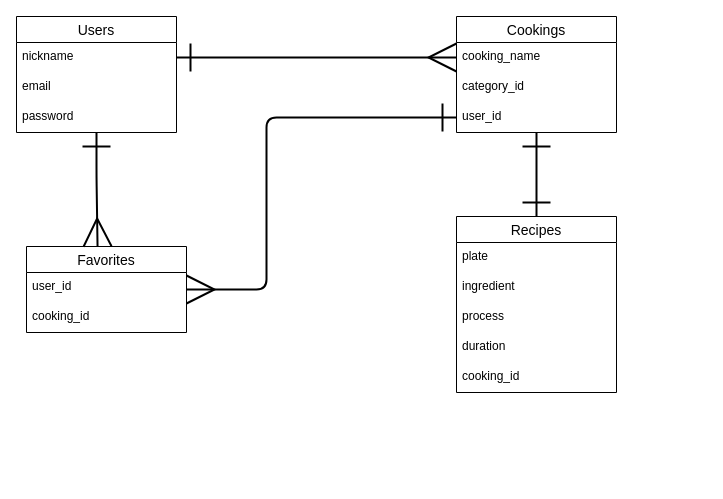
Before: choose.dio in malvart/choose, a draw.io diagram. Source tidied: cells renumbered, new cells numbered last; positions are measured from the earlier drawing's top-left corner, leaving out a move shared by most shapes. Both pictures are drawn from the tidied source at 100%, with x=0, y=0 at pixel (16, 16).
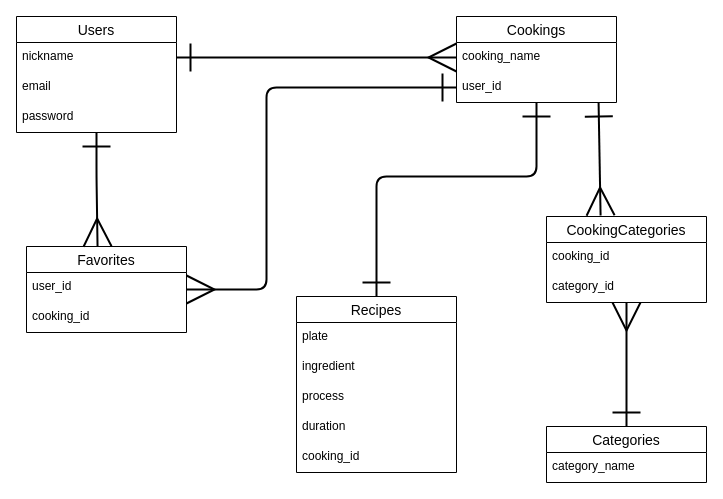
The same page after the edit.

Unchanged cells that the change refers to:
```xml
<mxCell id="11" value="Favorites" style="swimlane;fontStyle=0;horizontal=1;startSize=26;align=center;fontSize=14;" parent="1" vertex="1">
  <mxGeometry x="10" y="230" width="160" height="86" as="geometry" />
</mxCell>
```

What changed in the source:
```diff
@@
     <mxCell id="6" value="Cookings" style="swimlane;fontStyle=0;horizontal=1;startSize=26;align=center;fontSize=14;" parent="1" vertex="1">
-      <mxGeometry x="440" width="160" height="116" as="geometry" />
+      <mxGeometry x="440" width="160" height="86" as="geometry" />
     </mxCell>
@@
-    <mxCell id="8" value="category_id" style="text;strokeColor=none;fillColor=none;spacingLeft=4;spacingRight=4;overflow=hidden;points=[[0,0.5],[1,0.5]];portConstraint=eastwest;fontSize=12;" parent="6" vertex="1">
-      <mxGeometry y="56" width="160" height="30" as="geometry" />
-    </mxCell>
     <mxCell id="9" value="user_id" style="text;strokeColor=none;fillColor=none;spacingLeft=4;spacingRight=4;overflow=hidden;points=[[0,0.5],[1,0.5]];portConstraint=eastwest;fontSize=12;" parent="6" vertex="1">
-      <mxGeometry y="86" width="160" height="30" as="geometry" />
+      <mxGeometry y="56" width="160" height="30" as="geometry" />
     </mxCell>
@@
     <mxCell id="15" style="edgeStyle=none;html=1;startArrow=ERone;startFill=0;endArrow=ERmany;endFill=0;startSize=25;endSize=25;strokeWidth=2;exitX=0;exitY=0.5;exitDx=0;exitDy=0;" parent="1" edge="1" source="9" target="11">
       <mxGeometry relative="1" as="geometry">
         <Array as="points">
+          <mxPoint x="250" y="71" />
           <mxPoint x="250" y="101" />
           <mxPoint x="250" y="273" />
         </Array>
       </mxGeometry>
     </mxCell>
     <mxCell id="16" style="edgeStyle=none;html=1;exitX=0.5;exitY=0;exitDx=0;exitDy=0;endArrow=ERone;endFill=0;startArrow=ERone;startFill=0;strokeWidth=2;endSize=25;startSize=25;" parent="1" edge="1" source="17" target="9">
-      <mxGeometry relative="1" as="geometry" />
+      <mxGeometry relative="1" as="geometry">
+        <Array as="points">
+          <mxPoint x="360" y="160" />
+          <mxPoint x="520" y="160" />
+        </Array>
+      </mxGeometry>
     </mxCell>
     <mxCell id="17" value="Recipes" style="swimlane;fontStyle=0;horizontal=1;startSize=26;align=center;fontSize=14;" parent="1" vertex="1">
-      <mxGeometry x="440" y="200" width="160" height="176" as="geometry" />
+      <mxGeometry x="280" y="280" width="160" height="176" as="geometry" />
     </mxCell>
@@
+    <mxCell id="23" value="Categories" style="swimlane;fontStyle=0;horizontal=1;startSize=26;align=center;fontSize=14;" parent="1" vertex="1">
+      <mxGeometry x="530" y="410" width="160" height="56" as="geometry" />
+    </mxCell>
+    <mxCell id="24" value="category_name" style="text;strokeColor=none;fillColor=none;spacingLeft=4;spacingRight=4;overflow=hidden;fontSize=12;" parent="23" vertex="1">
+      <mxGeometry y="26" width="160" height="30" as="geometry" />
+    </mxCell>
+    <mxCell id="25" style="edgeStyle=none;html=1;strokeWidth=2;endSize=25;startSize=25;endArrow=ERone;endFill=0;entryX=0.888;entryY=1;entryDx=0;entryDy=0;entryPerimeter=0;startArrow=ERmany;startFill=0;exitX=0.338;exitY=-0.012;exitDx=0;exitDy=0;exitPerimeter=0;" parent="1" edge="1" source="26" target="9">
+      <mxGeometry relative="1" as="geometry" />
+    </mxCell>
+    <mxCell id="26" value="CookingCategories" style="swimlane;fontStyle=0;horizontal=1;startSize=26;align=center;fontSize=14;" parent="1" vertex="1">
+      <mxGeometry x="530" y="200" width="160" height="86" as="geometry" />
+    </mxCell>
+    <mxCell id="27" value="cooking_id" style="text;strokeColor=none;fillColor=none;spacingLeft=4;spacingRight=4;overflow=hidden;fontSize=12;" parent="26" vertex="1">
+      <mxGeometry y="26" width="160" height="30" as="geometry" />
+    </mxCell>
+    <mxCell id="8" value="category_id" style="text;strokeColor=none;fillColor=none;spacingLeft=4;spacingRight=4;overflow=hidden;points=[[0,0.5],[1,0.5]];portConstraint=eastwest;fontSize=12;" parent="26" vertex="1">
+      <mxGeometry y="56" width="160" height="30" as="geometry" />
+    </mxCell>
+    <mxCell id="28" style="edgeStyle=none;html=1;strokeWidth=2;endSize=25;startSize=25;endArrow=ERone;endFill=0;entryX=0.5;entryY=0;entryDx=0;entryDy=0;startArrow=ERmany;startFill=0;exitX=0.5;exitY=1;exitDx=0;exitDy=0;exitPerimeter=0;" parent="1" edge="1" source="8" target="23">
+      <mxGeometry relative="1" as="geometry" />
+    </mxCell>
```
